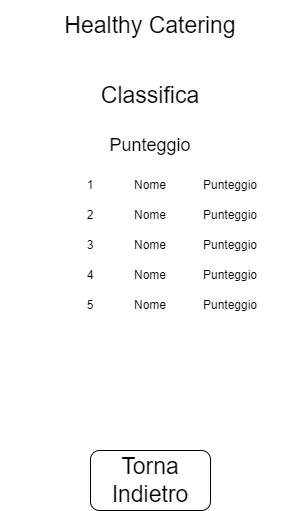
zSavT/Healthy-Catering keeps this draw.io diagram as doc/img/Classifica.png. Above is the earlier version. Source tidied: cells renumbered, new cells last; positions are measured from the earlier drawing's top-left corner, leaving out a move shared by most shapes.
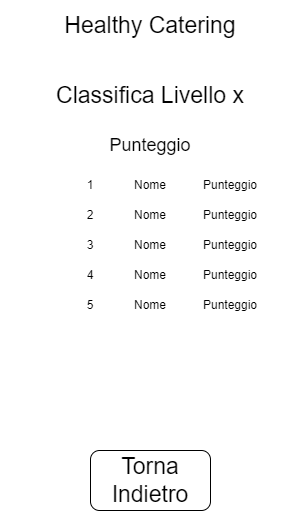
Later version of the same file.

The edit, as a diff of the source:
```diff
@@ -5,8 +5,8 @@
     <mxCell id="2" value="&lt;font style=&quot;font-size: 23px&quot;&gt;Healthy Catering&lt;/font&gt;" style="text;html=1;strokeColor=none;fillColor=none;align=center;verticalAlign=middle;whiteSpace=wrap;rounded=0;" parent="1" vertex="1">
       <mxGeometry width="300" height="50" as="geometry" />
     </mxCell>
-    <mxCell id="3" value="Classifica" style="text;html=1;strokeColor=none;fillColor=none;align=center;verticalAlign=middle;whiteSpace=wrap;rounded=0;fontSize=23;" parent="1" vertex="1">
-      <mxGeometry x="100" y="80" width="100" height="30" as="geometry" />
+    <mxCell id="3" value="Classifica Livello x" style="text;html=1;strokeColor=none;fillColor=none;align=center;verticalAlign=middle;whiteSpace=wrap;rounded=0;fontSize=23;" parent="1" vertex="1">
+      <mxGeometry x="50" y="80" width="200" height="30" as="geometry" />
     </mxCell>
     <mxCell id="4" value="Punteggio" style="text;html=1;strokeColor=none;fillColor=none;align=center;verticalAlign=middle;whiteSpace=wrap;rounded=0;fontSize=18;" parent="1" vertex="1">
       <mxGeometry x="100" y="130" width="100" height="30" as="geometry" />
```
